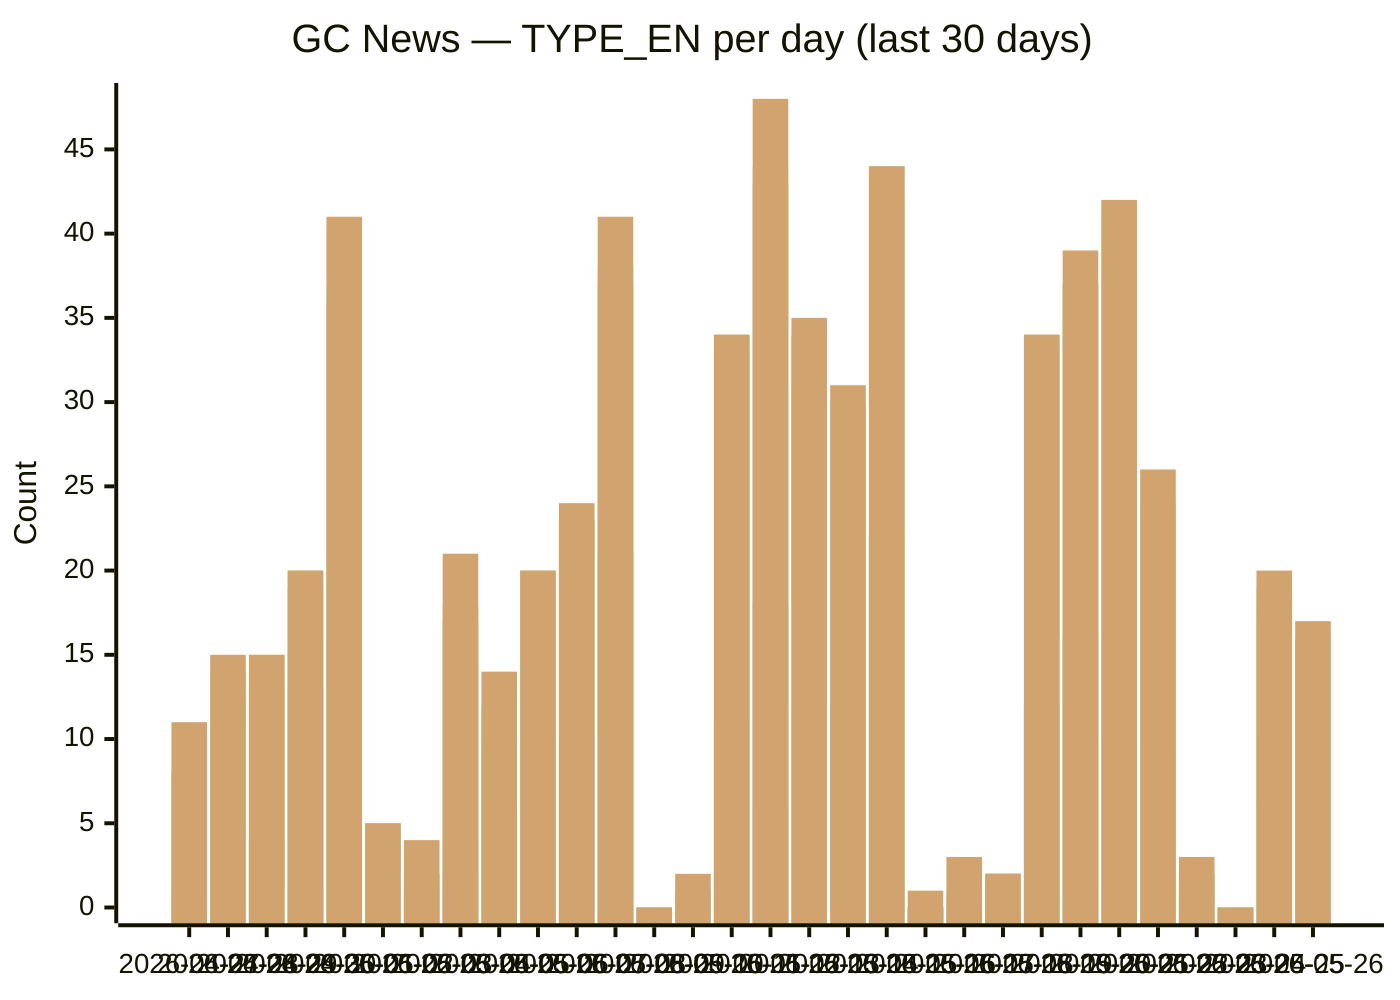
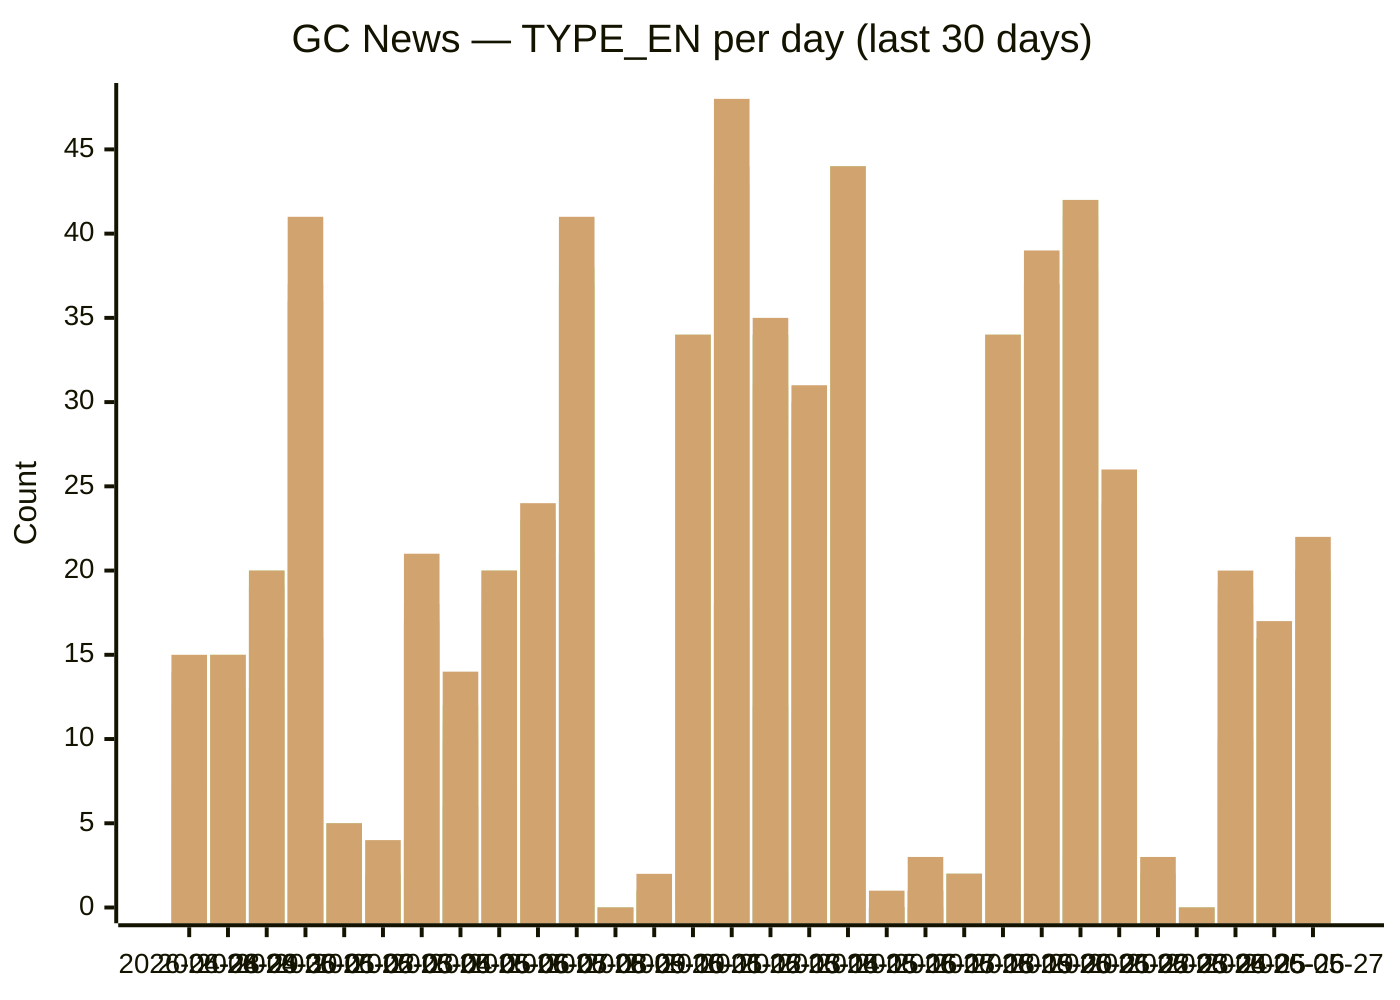
xychart-beta
  title "GC News — TYPE_EN per day (last 30 days)"
-   x-axis [2026-04-27, 2026-04-28, 2026-04-29, 2026-04-30, 2026-05-01, 2026-05-02, 2026-05-03, 2026-05-04, 2026-05-05, 2026-05-06, 2026-05-07, 2026-05-08, 2026-05-09, 2026-05-10, 2026-05-11, 2026-05-12, 2026-05-13, 2026-05-14, 2026-05-15, 2026-05-16, 2026-05-17, 2026-05-18, 2026-05-19, 2026-05-20, 2026-05-21, 2026-05-22, 2026-05-23, 2026-05-24, 2026-05-25, 2026-05-26]
+   x-axis [2026-04-28, 2026-04-29, 2026-04-30, 2026-05-01, 2026-05-02, 2026-05-03, 2026-05-04, 2026-05-05, 2026-05-06, 2026-05-07, 2026-05-08, 2026-05-09, 2026-05-10, 2026-05-11, 2026-05-12, 2026-05-13, 2026-05-14, 2026-05-15, 2026-05-16, 2026-05-17, 2026-05-18, 2026-05-19, 2026-05-20, 2026-05-21, 2026-05-22, 2026-05-23, 2026-05-24, 2026-05-25, 2026-05-26, 2026-05-27]
  y-axis "Count" 0 --> 48
-   bar backgrounders [1, 1, 0, 1, 1, 0, 0, 2, 1, 2, 0, 5, 0, 0, 2, 6, 2, 4, 5, 0, 0, 0, 1, 1, 3, 3, 0, 0, 6, 1]
-   bar "media advisories" [1, 7, 4, 13, 16, 0, 1, 4, 6, 7, 10, 21, 0, 0, 11, 18, 12, 12, 22, 0, 0, 2, 12, 16, 10, 9, 1, 0, 10, 6]
-   bar "news releases" [8, 11, 13, 19, 36, 5, 2, 17, 10, 18, 23, 37, 0, 1, 33, 43, 31, 28, 42, 0, 1, 2, 33, 37, 38, 23, 2, 0, 17, 13]
-   bar readouts [8, 12, 13, 19, 36, 5, 2, 17, 11, 19, 23, 37, 0, 1, 34, 43, 34, 29, 44, 0, 1, 2, 34, 37, 41, 23, 2, 0, 18, 16]
-   bar speeches [8, 14, 15, 20, 37, 5, 2, 18, 12, 20, 23, 38, 0, 1, 34, 44, 34, 30, 44, 0, 1, 2, 34, 37, 42, 24, 2, 0, 19, 16]
-   bar statements [11, 15, 15, 20, 41, 5, 4, 21, 14, 20, 24, 41, 0, 2, 34, 48, 35, 31, 44, 1, 3, 2, 34, 39, 42, 26, 3, 0, 20, 17]
+   bar backgrounders [1, 0, 1, 1, 0, 0, 2, 1, 2, 0, 5, 0, 0, 2, 6, 2, 4, 5, 0, 0, 0, 1, 1, 3, 3, 0, 0, 6, 1, 4]
+   bar "media advisories" [7, 4, 13, 16, 0, 1, 4, 6, 7, 10, 21, 0, 0, 11, 18, 12, 12, 22, 0, 0, 2, 12, 16, 10, 9, 1, 0, 10, 6, 8]
+   bar "news releases" [11, 13, 19, 36, 5, 2, 17, 10, 18, 23, 37, 0, 1, 33, 43, 31, 28, 42, 0, 1, 2, 33, 37, 38, 23, 2, 0, 17, 13, 19]
+   bar readouts [12, 13, 19, 36, 5, 2, 17, 11, 19, 23, 37, 0, 1, 34, 43, 34, 29, 44, 0, 1, 2, 34, 37, 41, 23, 2, 0, 18, 16, 20]
+   bar speeches [14, 15, 20, 37, 5, 2, 18, 12, 20, 23, 38, 0, 1, 34, 44, 34, 30, 44, 0, 1, 2, 34, 37, 42, 24, 2, 0, 19, 16, 20]
+   bar statements [15, 15, 20, 41, 5, 4, 21, 14, 20, 24, 41, 0, 2, 34, 48, 35, 31, 44, 1, 3, 2, 34, 39, 42, 26, 3, 0, 20, 17, 22]
